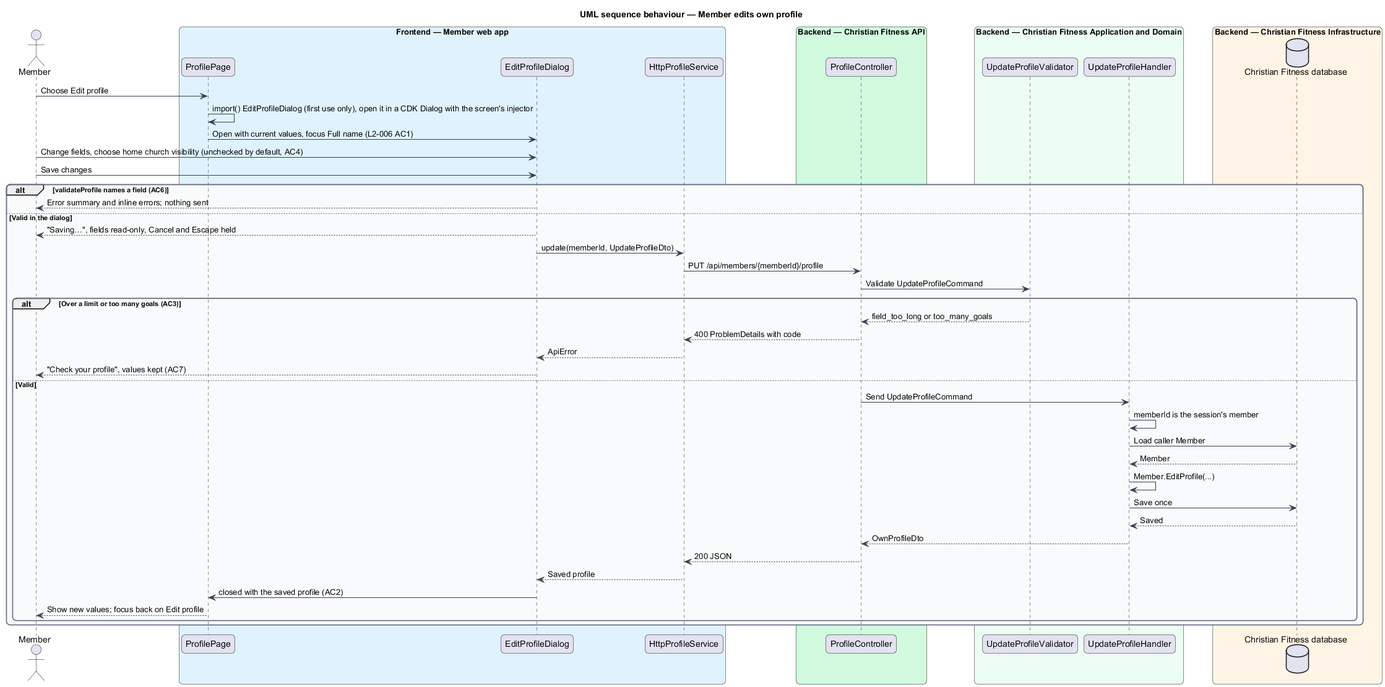
Before: docs/detailed-designs/member-profile/edit-profile/diagrams/sequence-edit-profile.png, a diagram exported from PlantUML (QuinntyneBrown/christian-fitness). Its source is kept beside it as docs/detailed-designs/member-profile/edit-profile/diagrams/sequence-edit-profile.puml.
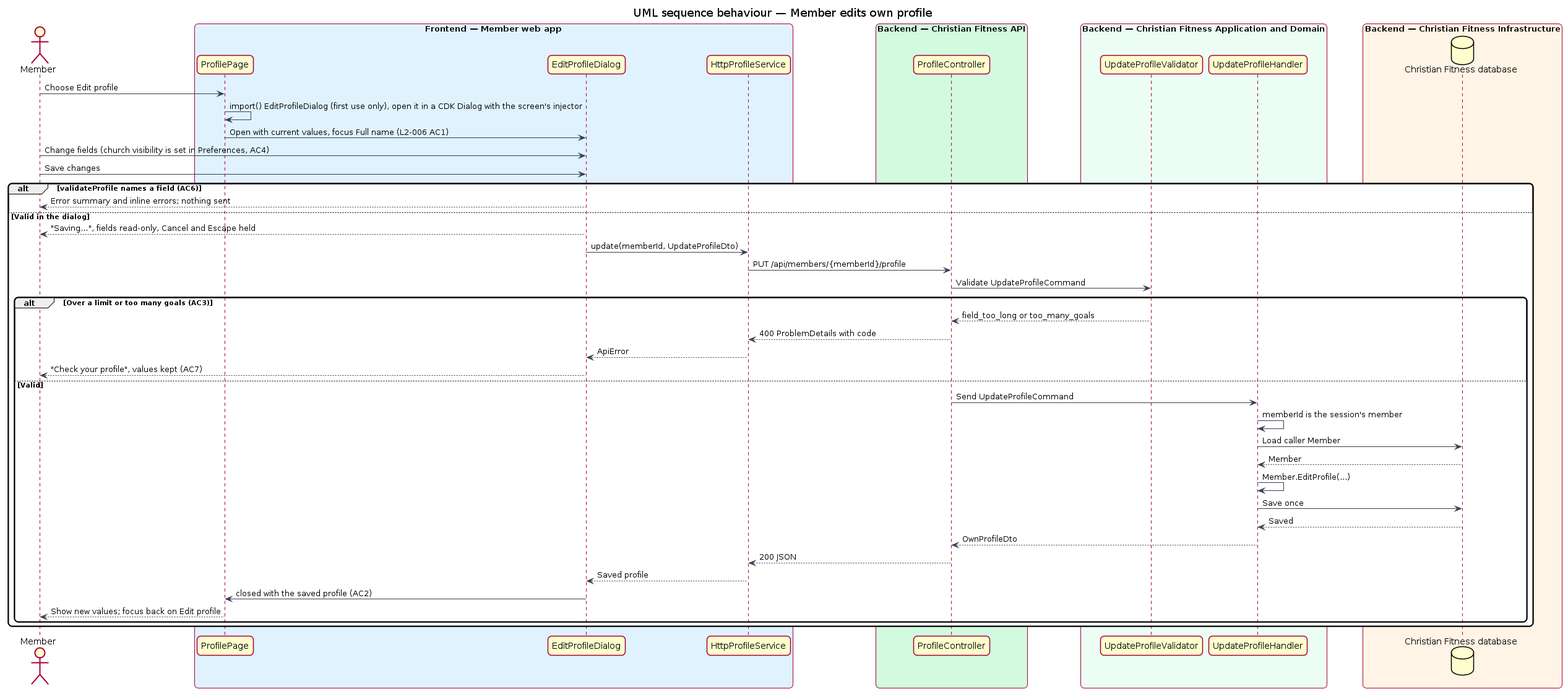
Above is the later version.

The edit, as a diff of the source:
```diff
@@ -33,7 +33,7 @@
 actor -> page : Choose Edit profile
 page -> page : import() EditProfileDialog (first use only), open it in a CDK Dialog with the screen's injector
 page -> dlg : Open with current values, focus Full name (L2-006 AC1)
-actor -> dlg : Change fields, choose home church visibility (unchecked by default, AC4)
+actor -> dlg : Change fields (church visibility is set in Preferences, AC4)
 actor -> dlg : Save changes
 alt validateProfile names a field (AC6)
   dlg --> actor : Error summary and inline errors; nothing sent
```
